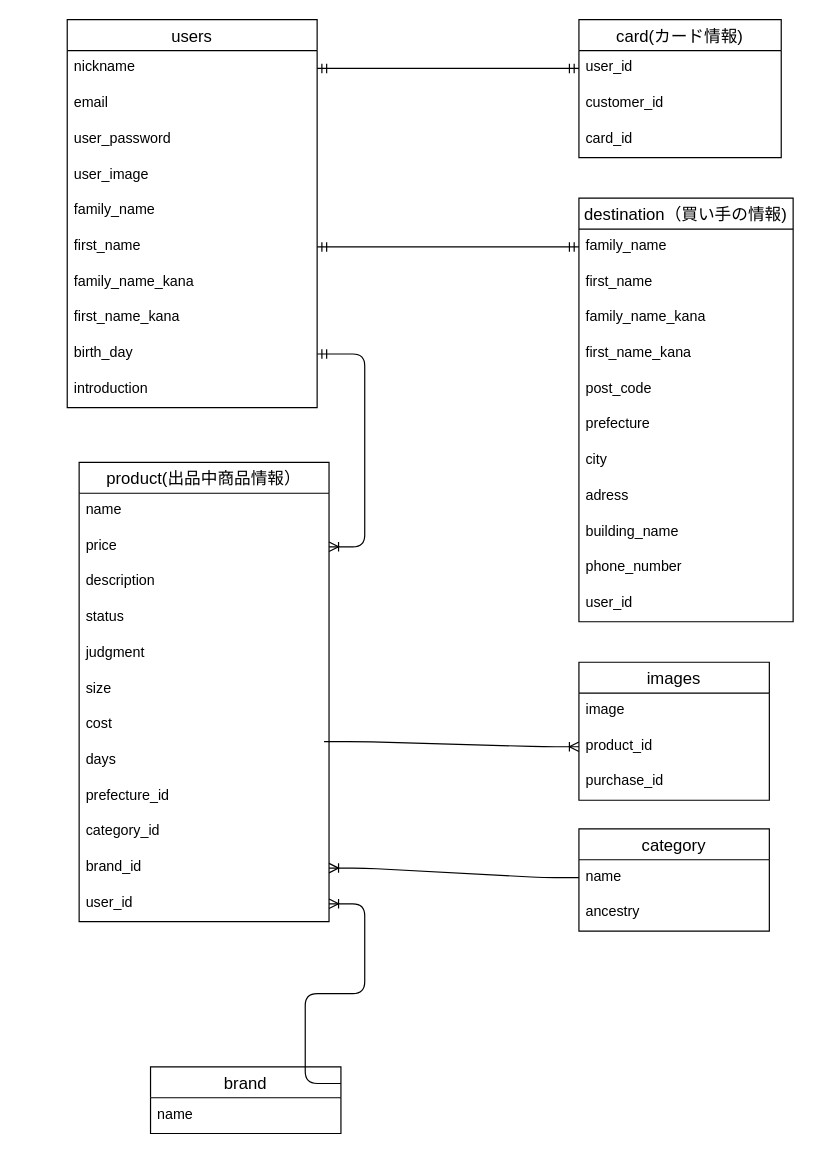
This is furima.dio from pyonkichi0628/furima-38835, a draw.io file, before an edit. Source tidied: cells renumbered, new cells numbered last; positions are measured from the earlier drawing's top-left corner, leaving out a move shared by most shapes. Both pictures are drawn from the tidied source at 119%, with x=0, y=0 at pixel (67, 19).
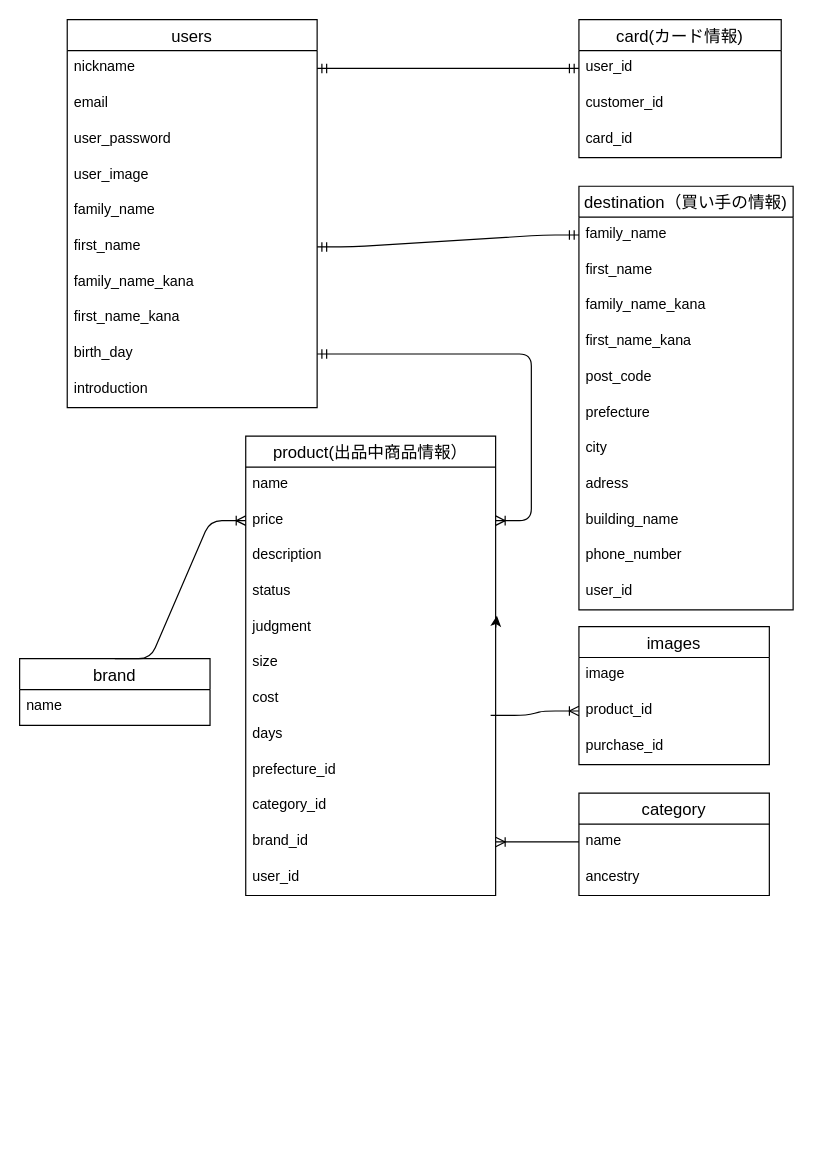
Above is the later version.

Commit message (it also covers changes not shown here):
データベース設計

The change refers to these unchanged cells:
```xml
<mxCell id="33" value="price" style="text;strokeColor=none;fillColor=none;spacingLeft=4;spacingRight=4;overflow=hidden;points=[[0,0.5],[1,0.5]];portConstraint=eastwest;fontSize=12;" parent="31" vertex="1">
  <mxGeometry y="56" width="210" height="30" as="geometry" />
</mxCell>
<mxCell id="36" value="judgment" style="text;strokeColor=none;fillColor=none;spacingLeft=4;spacingRight=4;overflow=hidden;points=[[0,0.5],[1,0.5]];portConstraint=eastwest;fontSize=12;" parent="31" vertex="1">
  <mxGeometry y="146" width="210" height="30" as="geometry" />
</mxCell>
<mxCell id="43" value="user_id" style="text;strokeColor=none;fillColor=none;spacingLeft=4;spacingRight=4;overflow=hidden;points=[[0,0.5],[1,0.5]];portConstraint=eastwest;fontSize=12;" parent="31" vertex="1">
  <mxGeometry y="356" width="210" height="30" as="geometry" />
</mxCell>
```

Diff of the diagram source:
```diff
@@
     <mxCell id="17" value="destination（買い手の情報)" style="swimlane;fontStyle=0;horizontal=1;startSize=26;align=center;fontSize=14;" parent="1" vertex="1">
-      <mxGeometry x="430" y="150" width="180" height="356" as="geometry" />
+      <mxGeometry x="430" y="140" width="180" height="356" as="geometry" />
     </mxCell>
@@
     <mxCell id="31" value="product(出品中商品情報）" style="swimlane;fontStyle=0;horizontal=1;startSize=26;align=center;fontSize=14;" parent="1" vertex="1">
-      <mxGeometry x="10" y="372" width="210" height="386" as="geometry" />
+      <mxGeometry x="150" y="350" width="210" height="386" as="geometry" />
     </mxCell>
@@
+    <mxCell id="57" style="edgeStyle=none;html=1;exitX=1;exitY=0.5;exitDx=0;exitDy=0;entryX=1.005;entryY=0.164;entryDx=0;entryDy=0;entryPerimeter=0;" parent="31" edge="1" source="36" target="36">
+      <mxGeometry relative="1" as="geometry" />
+    </mxCell>
@@
     <mxCell id="45" value="images" style="swimlane;fontStyle=0;horizontal=1;startSize=26;align=center;fontSize=14;" parent="1" vertex="1">
-      <mxGeometry x="430" y="540" width="160" height="116" as="geometry" />
+      <mxGeometry x="430" y="510" width="160" height="116" as="geometry" />
     </mxCell>
@@
     <mxCell id="49" value="category" style="swimlane;fontStyle=0;horizontal=1;startSize=26;align=center;fontSize=14;" parent="1" vertex="1">
-      <mxGeometry x="430" y="680" width="160" height="86" as="geometry" />
+      <mxGeometry x="430" y="650" width="160" height="86" as="geometry" />
     </mxCell>
@@
     <mxCell id="54" value="brand" style="swimlane;fontStyle=0;horizontal=1;startSize=26;align=center;fontSize=14;" parent="1" vertex="1">
-      <mxGeometry x="70" y="880" width="160" height="56" as="geometry" />
+      <mxGeometry x="-40" y="537" width="160" height="56" as="geometry" />
     </mxCell>
@@
-    <mxCell id="56" style="edgeStyle=entityRelationEdgeStyle;fontSize=12;html=1;endArrow=ERoneToMany;exitX=1;exitY=0.25;exitDx=0;exitDy=0;entryX=1;entryY=0.5;entryDx=0;entryDy=0;" parent="1" edge="1" source="54" target="43">
+    <mxCell id="56" style="edgeStyle=entityRelationEdgeStyle;fontSize=12;html=1;endArrow=ERoneToMany;exitX=0.5;exitY=0;exitDx=0;exitDy=0;entryX=0;entryY=0.5;entryDx=0;entryDy=0;" parent="1" edge="1" source="54" target="33">
       <mxGeometry relative="1" as="geometry" />
     </mxCell>
```
